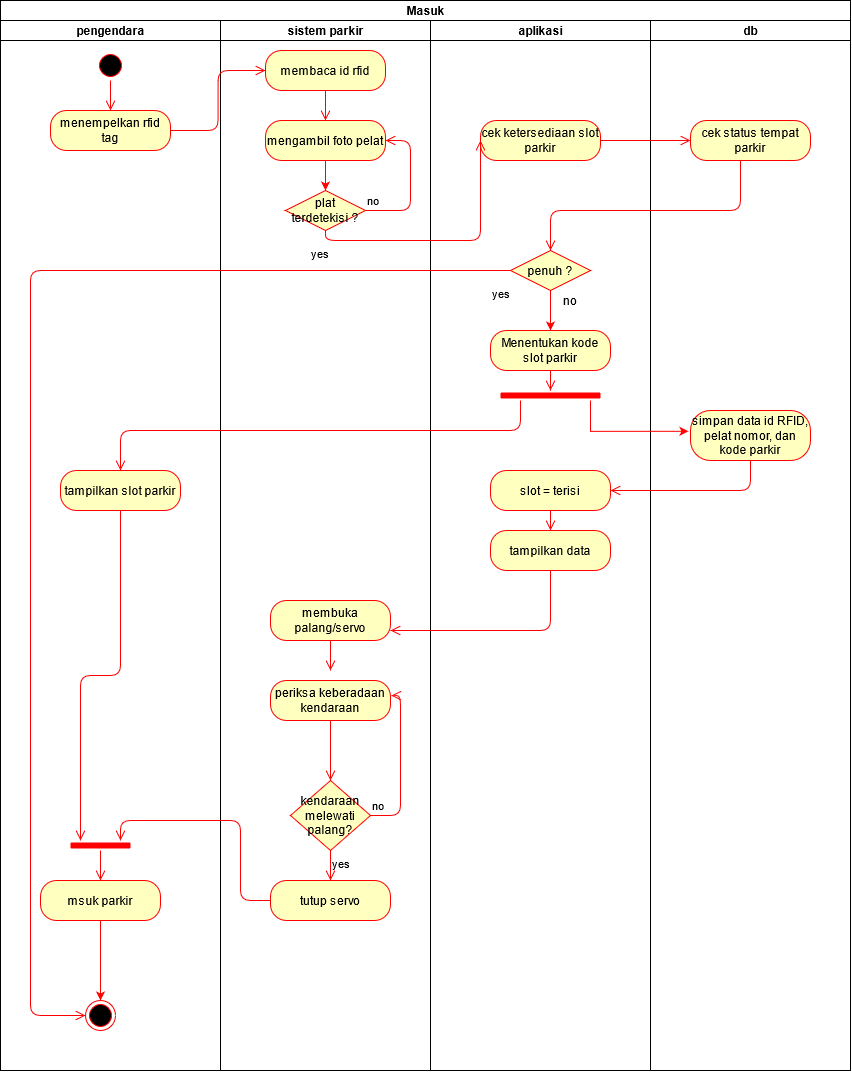
The draw.io diagram images/activity diagram skripsi masuk.png in FikriSatria11/skripsi-1, before a commit. Source tidied: cells renumbered, new cells last; positions are measured from the earlier drawing's top-left corner, leaving out a move shared by most shapes.
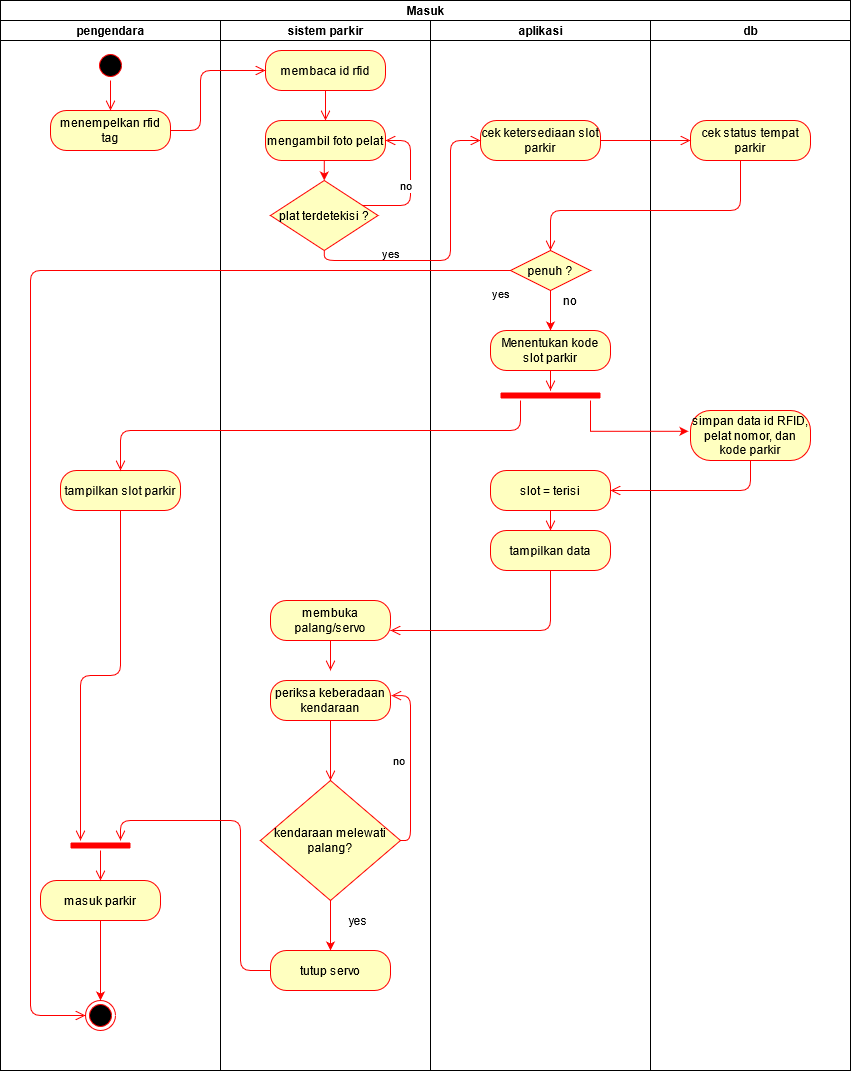
After the change.

Change to the diagram source:
```diff
@@ -22,7 +22,7 @@
     <mxCell id="7" style="edgeStyle=orthogonalEdgeStyle;rounded=0;jettySize=auto;html=1;entryX=0.5;entryY=0;entryDx=0;entryDy=0;strokeColor=#FF0000;" parent="3" edge="1" source="8" target="13">
       <mxGeometry relative="1" as="geometry" />
     </mxCell>
-    <mxCell id="8" value="msuk parkir" style="rounded=1;whiteSpace=wrap;html=1;arcSize=40;fontColor=#000000;fillColor=#ffffc0;strokeColor=#ff0000;" parent="3" vertex="1">
+    <mxCell id="8" value="masuk parkir" style="rounded=1;whiteSpace=wrap;html=1;arcSize=40;fontColor=#000000;fillColor=#ffffc0;strokeColor=#ff0000;" parent="3" vertex="1">
       <mxGeometry x="40" y="860" width="120" height="40" as="geometry" />
     </mxCell>
     <mxCell id="9" value="tampilkan slot parkir" style="rounded=1;whiteSpace=wrap;html=1;arcSize=40;fontColor=#000000;fillColor=#ffffc0;strokeColor=#ff0000;" parent="3" vertex="1">
@@ -53,19 +53,19 @@
     <mxCell id="16" style="edgeStyle=orthogonalEdgeStyle;html=1;verticalAlign=bottom;endArrow=open;endSize=8;strokeColor=#ff0000;entryX=0.5;entryY=0;entryDx=0;entryDy=0;" parent="14" edge="1" source="15" target="18">
       <mxGeometry relative="1" as="geometry" />
     </mxCell>
-    <mxCell id="17" style="edgeStyle=orthogonalEdgeStyle;rounded=0;jettySize=auto;html=1;entryX=0.5;entryY=0;entryDx=0;entryDy=0;strokeColor=#FF0000;" parent="14" edge="1" source="18" target="19">
+    <mxCell id="17" style="edgeStyle=orthogonalEdgeStyle;rounded=0;jettySize=auto;html=1;exitX=0.5;exitY=1;exitDx=0;exitDy=0;entryX=0.5;entryY=0;entryDx=0;entryDy=0;strokeColor=#FF0000;" parent="14" edge="1" source="18" target="19">
       <mxGeometry relative="1" as="geometry" />
     </mxCell>
     <mxCell id="18" value="mengambil foto pelat" style="rounded=1;whiteSpace=wrap;html=1;arcSize=40;fontColor=#000000;fillColor=#ffffc0;strokeColor=#ff0000;" parent="14" vertex="1">
       <mxGeometry x="45" y="100" width="120" height="40" as="geometry" />
     </mxCell>
     <mxCell id="19" value="&lt;div&gt;plat terdetekisi ?&lt;/div&gt;" style="rhombus;whiteSpace=wrap;html=1;fillColor=#ffffc0;strokeColor=#ff0000;" parent="14" vertex="1">
-      <mxGeometry x="65" y="170" width="80" height="40" as="geometry" />
+      <mxGeometry x="50" y="160" width="107.5" height="70" as="geometry" />
     </mxCell>
     <mxCell id="20" value="no" style="edgeStyle=orthogonalEdgeStyle;html=1;align=left;verticalAlign=bottom;endArrow=open;endSize=8;strokeColor=#ff0000;entryX=1;entryY=0.5;entryDx=0;entryDy=0;" parent="14" edge="1" source="19" target="18">
-      <mxGeometry x="-1" relative="1" as="geometry">
+      <mxGeometry x="-0.48" y="10" relative="1" as="geometry">
         <Array as="points">
-          <mxPoint x="190" y="190" />
+          <mxPoint x="190" y="185" />
           <mxPoint x="190" y="120" />
         </Array>
       </mxGeometry>
@@ -86,25 +86,26 @@
         <mxPoint x="110" y="760" as="targetPoint" />
       </mxGeometry>
     </mxCell>
+    <mxCell id="53" style="edgeStyle=orthogonalEdgeStyle;rounded=0;jettySize=auto;html=1;exitX=0.5;exitY=1;exitDx=0;exitDy=0;entryX=0.5;entryY=0;entryDx=0;entryDy=0;strokeColor=#FF0000;" parent="14" edge="1" source="25" target="28">
+      <mxGeometry relative="1" as="geometry" />
+    </mxCell>
     <mxCell id="25" value="kendaraan melewati palang?" style="rhombus;whiteSpace=wrap;html=1;fillColor=#ffffc0;strokeColor=#ff0000;" parent="14" vertex="1">
-      <mxGeometry x="70" y="760" width="80" height="70" as="geometry" />
+      <mxGeometry x="40" y="760" width="140" height="120" as="geometry" />
     </mxCell>
     <mxCell id="26" value="no" style="edgeStyle=orthogonalEdgeStyle;html=1;align=left;verticalAlign=bottom;endArrow=open;endSize=8;strokeColor=#ff0000;entryX=1.007;entryY=0.378;entryDx=0;entryDy=0;entryPerimeter=0;" parent="14" edge="1" source="25" target="23">
-      <mxGeometry x="-1" relative="1" as="geometry">
+      <mxGeometry x="-0.08" y="19" relative="1" as="geometry">
         <Array as="points">
-          <mxPoint x="180" y="795" />
-          <mxPoint x="180" y="675" />
+          <mxPoint x="190" y="820" />
+          <mxPoint x="190" y="675" />
         </Array>
       </mxGeometry>
     </mxCell>
+    <mxCell id="28" value="tutup servo" style="rounded=1;whiteSpace=wrap;html=1;arcSize=40;fontColor=#000000;fillColor=#ffffc0;strokeColor=#ff0000;" parent="14" vertex="1">
+      <mxGeometry x="50" y="930" width="120" height="40" as="geometry" />
+    </mxCell>
-    <mxCell id="27" value="yes" style="edgeStyle=orthogonalEdgeStyle;html=1;align=left;verticalAlign=top;endArrow=open;endSize=8;strokeColor=#ff0000;" parent="14" edge="1" source="25">
-      <mxGeometry x="-1" relative="1" as="geometry">
-        <mxPoint x="110" y="860" as="targetPoint" />
-      </mxGeometry>
+    <mxCell id="27" value="yes" style="text;html=1;strokeColor=none;fillColor=none;align=center;verticalAlign=middle;whiteSpace=wrap;rounded=0;" parent="14" vertex="1">
+      <mxGeometry x="118" y="890" width="40" height="20" as="geometry" />
     </mxCell>
-    <mxCell id="28" value="tutup servo" style="rounded=1;whiteSpace=wrap;html=1;arcSize=40;fontColor=#000000;fillColor=#ffffc0;strokeColor=#ff0000;" parent="14" vertex="1">
-      <mxGeometry x="50" y="860" width="120" height="40" as="geometry" />
-    </mxCell>
     <mxCell id="29" value="aplikasi" style="swimlane;html=1;startSize=20;" parent="2" vertex="1">
       <mxGeometry x="430" y="20" width="220" height="1050" as="geometry" />
     </mxCell>
@@ -152,15 +153,20 @@
       <mxGeometry x="40" y="390" width="120" height="50" as="geometry" />
     </mxCell>
     <mxCell id="43" style="edgeStyle=orthogonalEdgeStyle;html=1;verticalAlign=bottom;endArrow=open;endSize=8;strokeColor=#ff0000;entryX=0;entryY=0.5;entryDx=0;entryDy=0;" parent="2" edge="1" source="6" target="15">
-      <mxGeometry relative="1" as="geometry" />
+      <mxGeometry relative="1" as="geometry">
+        <Array as="points">
+          <mxPoint x="200" y="130" />
+          <mxPoint x="200" y="70" />
+        </Array>
+      </mxGeometry>
     </mxCell>
     <mxCell id="44" value="yes" style="edgeStyle=orthogonalEdgeStyle;html=1;align=left;verticalAlign=top;endArrow=open;endSize=8;strokeColor=#ff0000;entryX=0;entryY=0.5;entryDx=0;entryDy=0;" parent="2" edge="1" source="19" target="30">
-      <mxGeometry x="-0.92" y="-15" relative="1" as="geometry">
+      <mxGeometry x="-0.54" y="20" relative="1" as="geometry">
         <Array as="points">
-          <mxPoint x="325" y="240" />
-          <mxPoint x="480" y="240" />
+          <mxPoint x="324" y="260" />
+          <mxPoint x="450" y="260" />
+          <mxPoint x="450" y="140" />
         </Array>
-        <mxPoint x="-16" y="-15" as="offset" />
       </mxGeometry>
     </mxCell>
     <mxCell id="45" style="edgeStyle=orthogonalEdgeStyle;html=1;verticalAlign=bottom;endArrow=open;endSize=8;strokeColor=#ff0000;entryX=0;entryY=0.5;entryDx=0;entryDy=0;" parent="2" edge="1" source="30" target="41">
@@ -199,7 +205,7 @@
       <mxGeometry relative="1" as="geometry">
         <mxPoint x="120" y="840" as="targetPoint" />
         <Array as="points">
-          <mxPoint x="240" y="900" />
+          <mxPoint x="240" y="970" />
           <mxPoint x="240" y="820" />
           <mxPoint x="120" y="820" />
         </Array>
```
